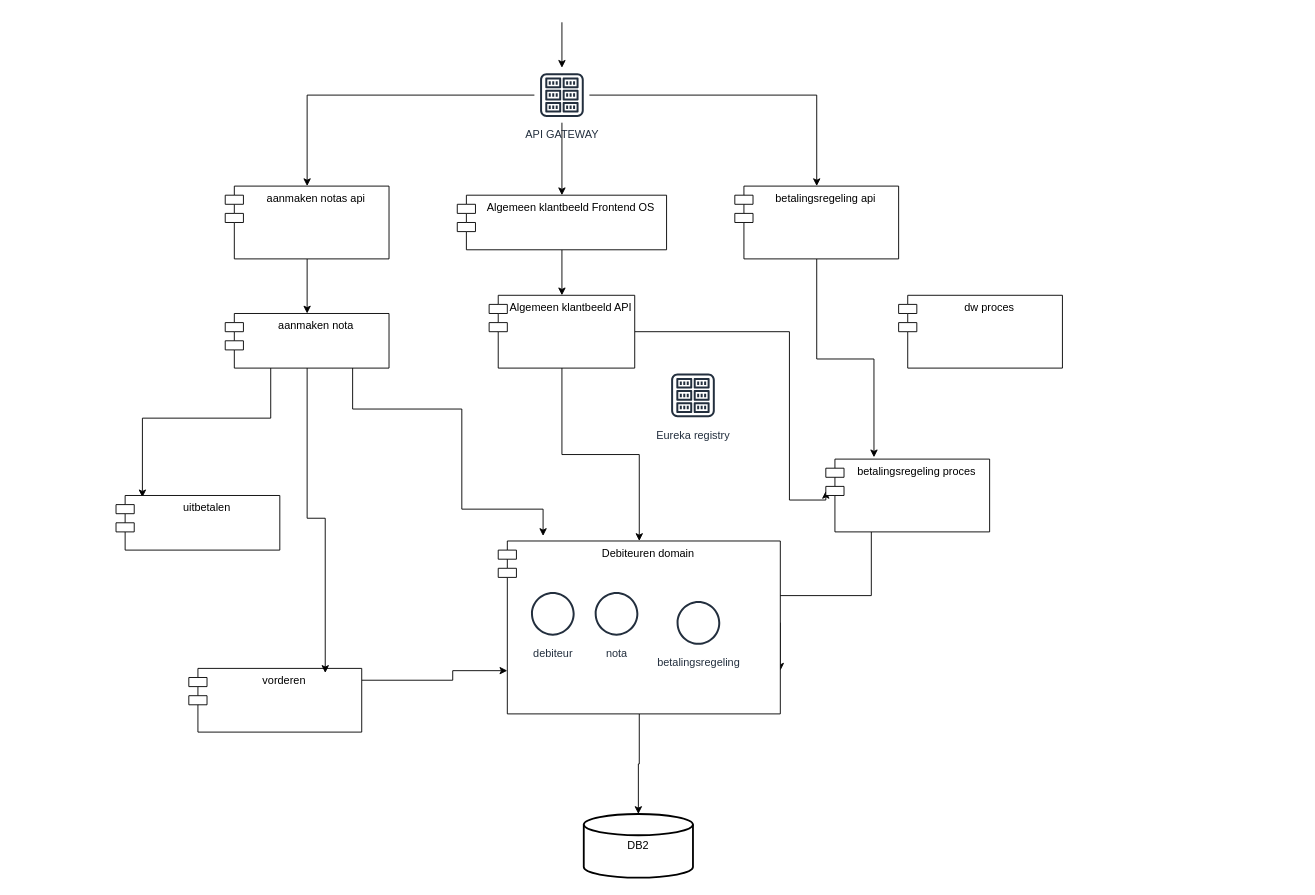
This is models/Flits2025-aw.drawio from goos76/cz, a draw.io file, before an edit. Source tidied: cells renumbered, new cells numbered last; positions are measured from the earlier drawing's top-left corner, leaving out a move shared by most shapes. Both pictures are drawn from the tidied source at 91%, with x=0, y=0 at pixel (116, 22).
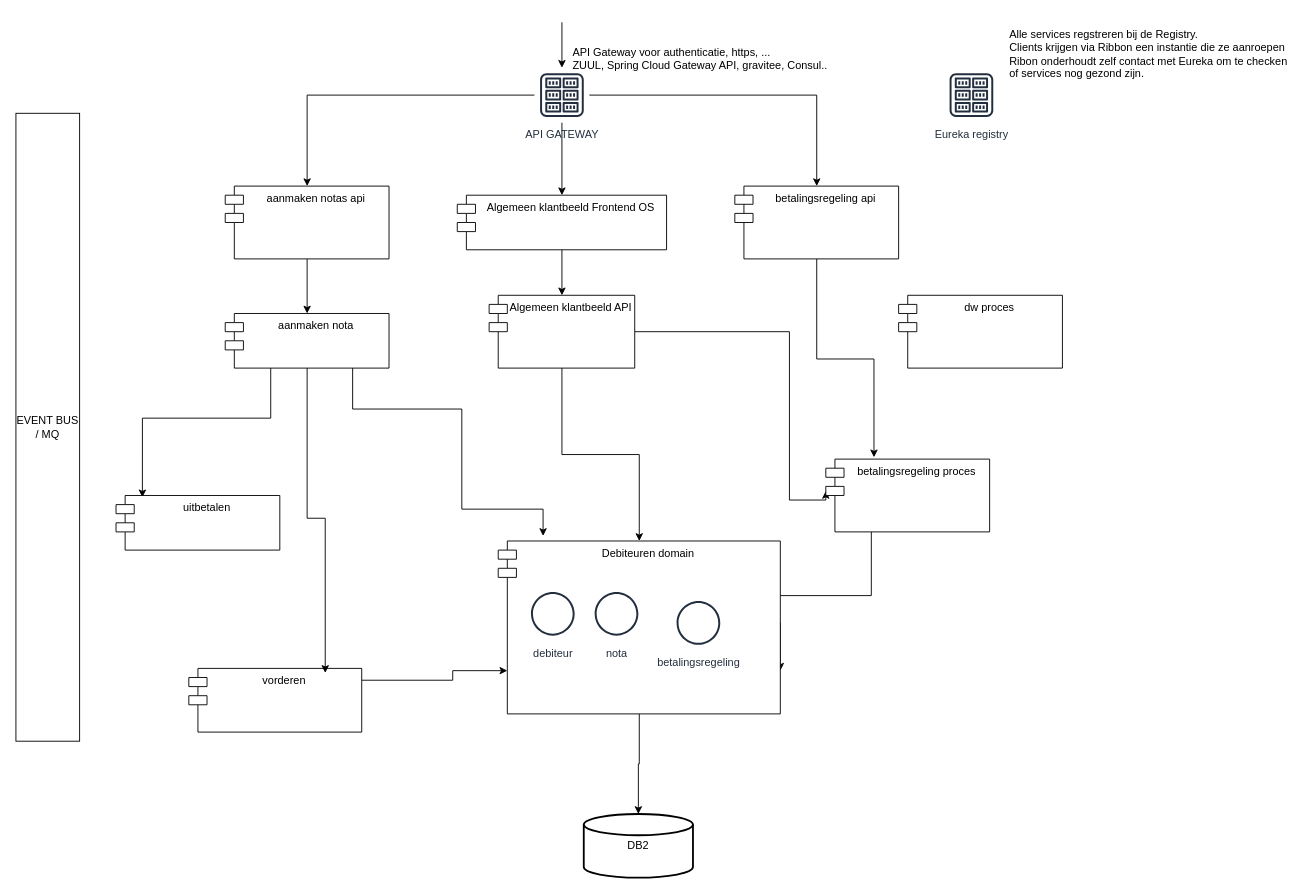
The same page after the edit.

Change to the diagram source:
```diff
@@
     <mxCell id="28" value="Eureka registry" style="fontColor=#232F3E;gradientColor=none;strokeColor=#232F3E;fillColor=#ffffff;dashed=0;verticalLabelPosition=bottom;verticalAlign=top;align=center;html=1;fontSize=12;fontStyle=0;shape=mxgraph.aws4.resourceIcon;resIcon=mxgraph.aws4.registry;" parent="1" vertex="1">
-      <mxGeometry x="604" y="380" width="60" height="60" as="geometry" />
+      <mxGeometry x="910" y="50" width="60" height="60" as="geometry" />
     </mxCell>
@@
+    <mxCell id="34" value="API Gateway voor authenticatie, https, ...&lt;br&gt;ZUUL, Spring Cloud Gateway API, gravitee, Consul.." style="text;html=1;align=left;verticalAlign=middle;" parent="1" vertex="1">
+      <mxGeometry x="500" y="25" width="300" height="30" as="geometry" />
+    </mxCell>
+    <mxCell id="35" value="EVENT BUS / MQ" style="rounded=0;whiteSpace=wrap;html=1;" parent="1" vertex="1">
+      <mxGeometry x="-110" y="100" width="70" height="690" as="geometry" />
+    </mxCell>
+    <mxCell id="36" value="Alle services regstreren bij de Registry. &lt;br&gt;Clients krijgen via Ribbon een instantie die ze aanroepen&lt;br&gt;Ribon onderhoudt zelf contact met Eureka om te checken &lt;br&gt;of services nog gezond zijn." style="text;html=1;align=left;verticalAlign=middle;" parent="1" vertex="1">
+      <mxGeometry x="980" y="5" width="320" height="60" as="geometry" />
+    </mxCell>
```
